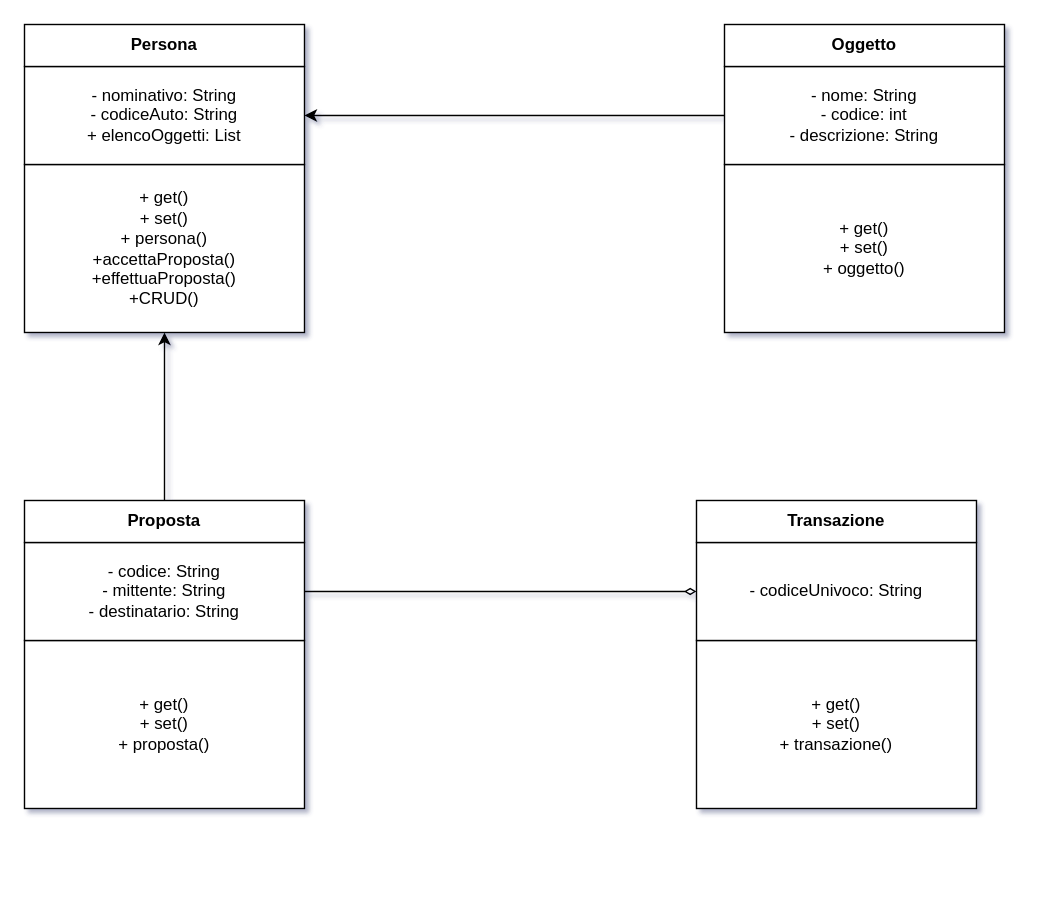
This is Baratto10.04.24/BarattoUML.drawio from davidegi/ProgettiAcademyy, a draw.io file, before an edit. Source tidied: cells renumbered, new cells numbered last; positions are measured from the earlier drawing's top-left corner, leaving out a move shared by most shapes. Both pictures are drawn from the tidied source at 140%, with x=0, y=0 at pixel (24, 24).
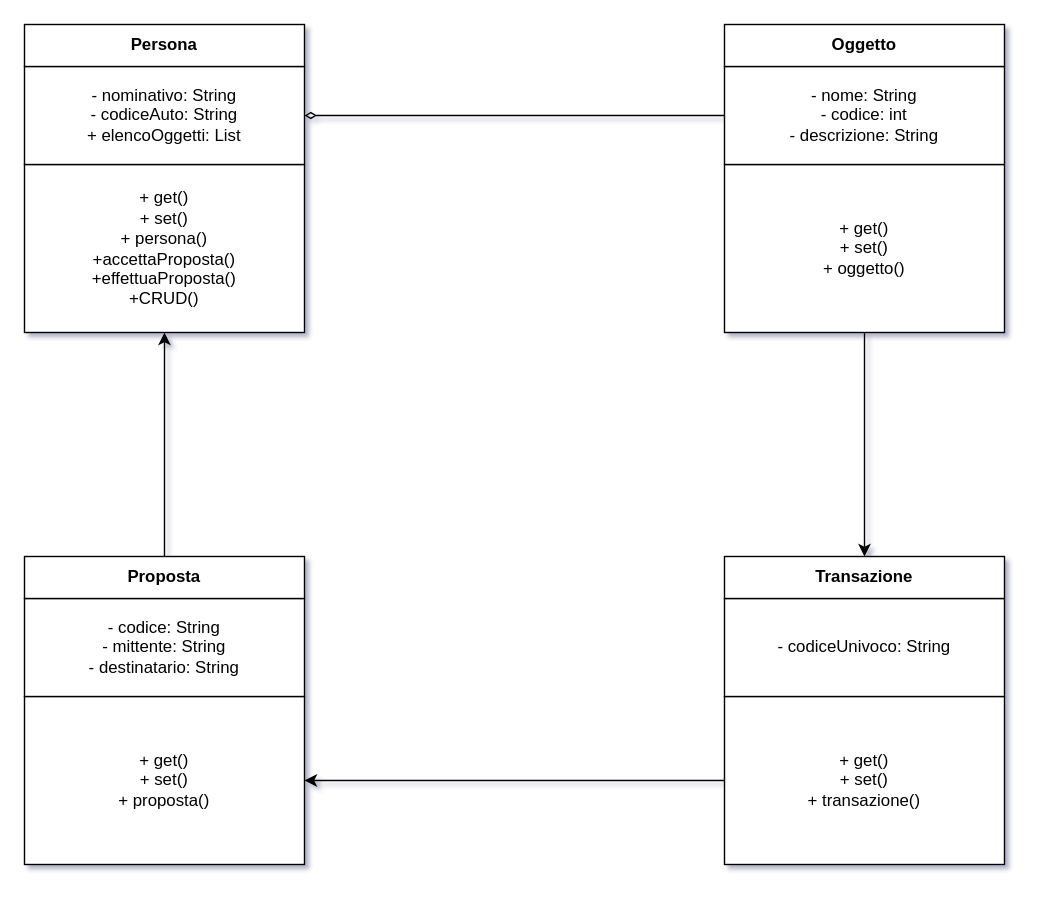
The same page after the edit.

What changed in the source:
```diff
@@
 <mxGraphModel shadow="1">
   <root>
     <mxCell id="0" />
     <mxCell id="1" parent="0" />
     <mxCell id="2" value="+ get()&lt;br&gt;+ set()&lt;br&gt;+ persona()&lt;br&gt;+accettaProposta()&lt;br&gt;+effettuaProposta()&lt;br&gt;+CRUD()" style="rounded=0;whiteSpace=wrap;html=1;fillColor=default;" parent="1" vertex="1">
       <mxGeometry y="100" width="200" height="120" as="geometry" />
     </mxCell>
     <mxCell id="3" value="- nominativo: String&lt;br&gt;- codiceAuto: String&lt;br&gt;+ elencoOggetti: List" style="rounded=0;whiteSpace=wrap;html=1;fillColor=default;" parent="1" vertex="1">
       <mxGeometry y="30" width="200" height="70" as="geometry" />
     </mxCell>
     <mxCell id="4" value="&lt;b&gt;Persona&lt;/b&gt;" style="rounded=0;whiteSpace=wrap;html=1;fillColor=default;" parent="1" vertex="1">
       <mxGeometry width="200" height="30" as="geometry" />
     </mxCell>
+    <mxCell id="17" style="edgeStyle=orthogonalEdgeStyle;rounded=0;jettySize=auto;html=1;entryX=0.5;entryY=0;entryDx=0;entryDy=0;exitX=0.5;exitY=1;exitDx=0;exitDy=0;" parent="1" edge="1" source="5" target="16">
+      <mxGeometry relative="1" as="geometry" />
+    </mxCell>
     <mxCell id="5" value="+ get()&lt;br&gt;+ set()&lt;br&gt;+ oggetto()" style="rounded=0;whiteSpace=wrap;html=1;fillColor=default;" parent="1" vertex="1">
       <mxGeometry x="500" y="100" width="200" height="120" as="geometry" />
     </mxCell>
-    <mxCell id="6" style="edgeStyle=orthogonalEdgeStyle;rounded=0;jettySize=auto;html=1;entryX=1;entryY=0.5;entryDx=0;entryDy=0;" parent="1" edge="1" source="7" target="3">
+    <mxCell id="6" style="edgeStyle=orthogonalEdgeStyle;rounded=0;jettySize=auto;html=1;entryX=1;entryY=0.5;entryDx=0;entryDy=0;endArrow=diamondThin;endFill=0;" parent="1" edge="1" source="7" target="3">
       <mxGeometry relative="1" as="geometry" />
     </mxCell>
     <mxCell id="7" value="- nome: String&lt;br&gt;- codice: int&lt;br&gt;- descrizione: String" style="rounded=0;whiteSpace=wrap;html=1;fillColor=default;" parent="1" vertex="1">
       <mxGeometry x="500" y="30" width="200" height="70" as="geometry" />
     </mxCell>
     <mxCell id="8" value="&lt;b&gt;Oggetto&lt;/b&gt;" style="rounded=0;whiteSpace=wrap;html=1;fillColor=default;" parent="1" vertex="1">
       <mxGeometry x="500" width="200" height="30" as="geometry" />
     </mxCell>
     <mxCell id="9" value="+ get()&lt;br&gt;+ set()&lt;br&gt;+ proposta()" style="rounded=0;whiteSpace=wrap;html=1;fillColor=default;" parent="1" vertex="1">
-      <mxGeometry y="440" width="200" height="120" as="geometry" />
+      <mxGeometry y="480" width="200" height="120" as="geometry" />
     </mxCell>
-    <mxCell id="10" style="edgeStyle=orthogonalEdgeStyle;rounded=0;jettySize=auto;html=1;entryX=0;entryY=0.5;entryDx=0;entryDy=0;endArrow=diamondThin;endFill=0;" parent="1" edge="1" source="11" target="15">
-      <mxGeometry relative="1" as="geometry" />
-    </mxCell>
     <mxCell id="11" value="- codice: String&lt;br&gt;- mittente: String&lt;br&gt;- destinatario: String" style="rounded=0;whiteSpace=wrap;html=1;fillColor=default;" parent="1" vertex="1">
-      <mxGeometry y="370" width="200" height="70" as="geometry" />
+      <mxGeometry y="410" width="200" height="70" as="geometry" />
     </mxCell>
     <mxCell id="12" style="edgeStyle=orthogonalEdgeStyle;rounded=0;jettySize=auto;html=1;entryX=0.5;entryY=1;entryDx=0;entryDy=0;" parent="1" edge="1" source="13" target="2">
       <mxGeometry relative="1" as="geometry" />
     </mxCell>
     <mxCell id="13" value="&lt;b&gt;Proposta&lt;/b&gt;" style="rounded=0;whiteSpace=wrap;html=1;fillColor=default;" parent="1" vertex="1">
-      <mxGeometry y="340" width="200" height="30" as="geometry" />
+      <mxGeometry y="380" width="200" height="30" as="geometry" />
     </mxCell>
+    <mxCell id="18" style="edgeStyle=orthogonalEdgeStyle;rounded=0;jettySize=auto;html=1;entryX=1;entryY=0.5;entryDx=0;entryDy=0;" parent="1" edge="1" source="14" target="9">
+      <mxGeometry relative="1" as="geometry" />
+    </mxCell>
     <mxCell id="14" value="+ get()&lt;br&gt;+ set()&lt;br&gt;+ transazione()" style="rounded=0;whiteSpace=wrap;html=1;fillColor=default;" parent="1" vertex="1">
-      <mxGeometry x="480" y="440" width="200" height="120" as="geometry" />
+      <mxGeometry x="500" y="480" width="200" height="120" as="geometry" />
     </mxCell>
     <mxCell id="15" value="- codiceUnivoco: String" style="rounded=0;whiteSpace=wrap;html=1;fillColor=default;" parent="1" vertex="1">
-      <mxGeometry x="480" y="370" width="200" height="70" as="geometry" />
+      <mxGeometry x="500" y="410" width="200" height="70" as="geometry" />
     </mxCell>
     <mxCell id="16" value="&lt;b&gt;Transazione&lt;/b&gt;" style="rounded=0;whiteSpace=wrap;html=1;fillColor=default;" parent="1" vertex="1">
-      <mxGeometry x="480" y="340" width="200" height="30" as="geometry" />
+      <mxGeometry x="500" y="380" width="200" height="30" as="geometry" />
     </mxCell>
   </root>
 </mxGraphModel>
```
